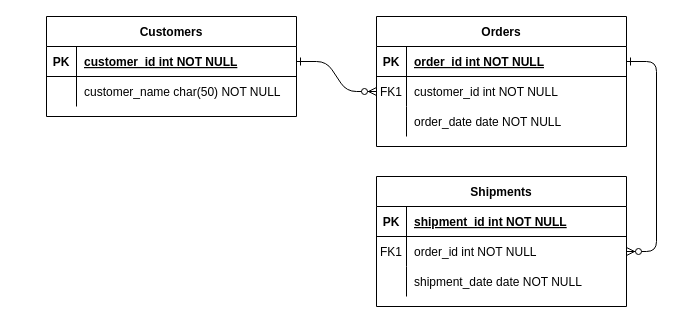
Before: Untitled Diagram.drawio in vaighir/-CMS-WIKI-FI9E, a draw.io diagram. Source tidied: cells renumbered, new cells numbered last; positions are measured from the earlier drawing's top-left corner, leaving out a move shared by most shapes. Both pictures are drawn from the tidied source at 100%, with x=0, y=0 at pixel (46, 16).
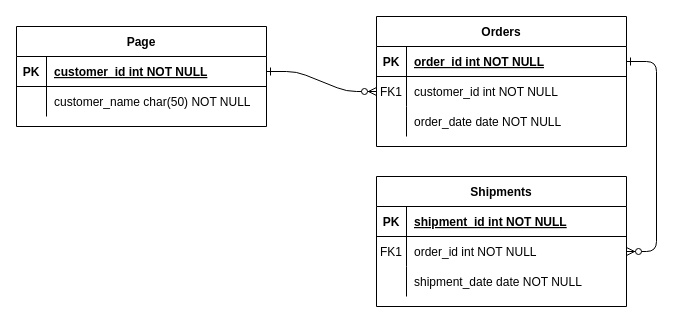
The same diagram, later.

Change to the diagram source:
```diff
@@
-    <mxCell id="24" value="Customers" style="shape=table;startSize=30;childLayout=tableLayout;rowLines=0;fontStyle=1;align=center;" parent="1" vertex="1">
-      <mxGeometry width="250" height="100" as="geometry" />
+    <mxCell id="24" value="Page" style="shape=table;startSize=30;childLayout=tableLayout;rowLines=0;fontStyle=1;align=center;" parent="1" vertex="1">
+      <mxGeometry x="-30" y="10" width="250" height="100" as="geometry" />
     </mxCell>
```
